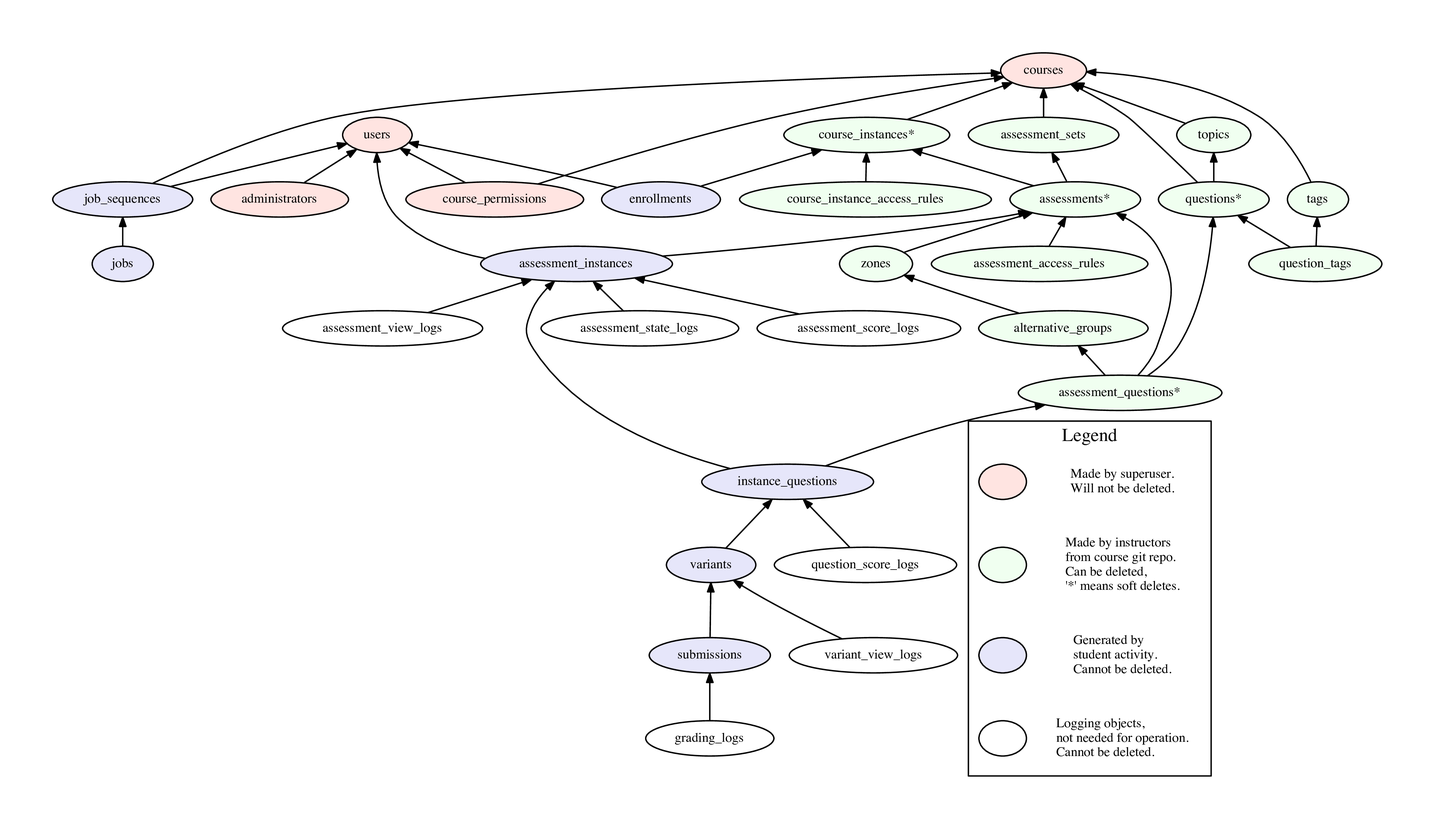
The Graphviz diagram doc/models.png in PrairieLearn/PrairieLearn, before a commit. Its source is kept beside it as doc/models.gv.
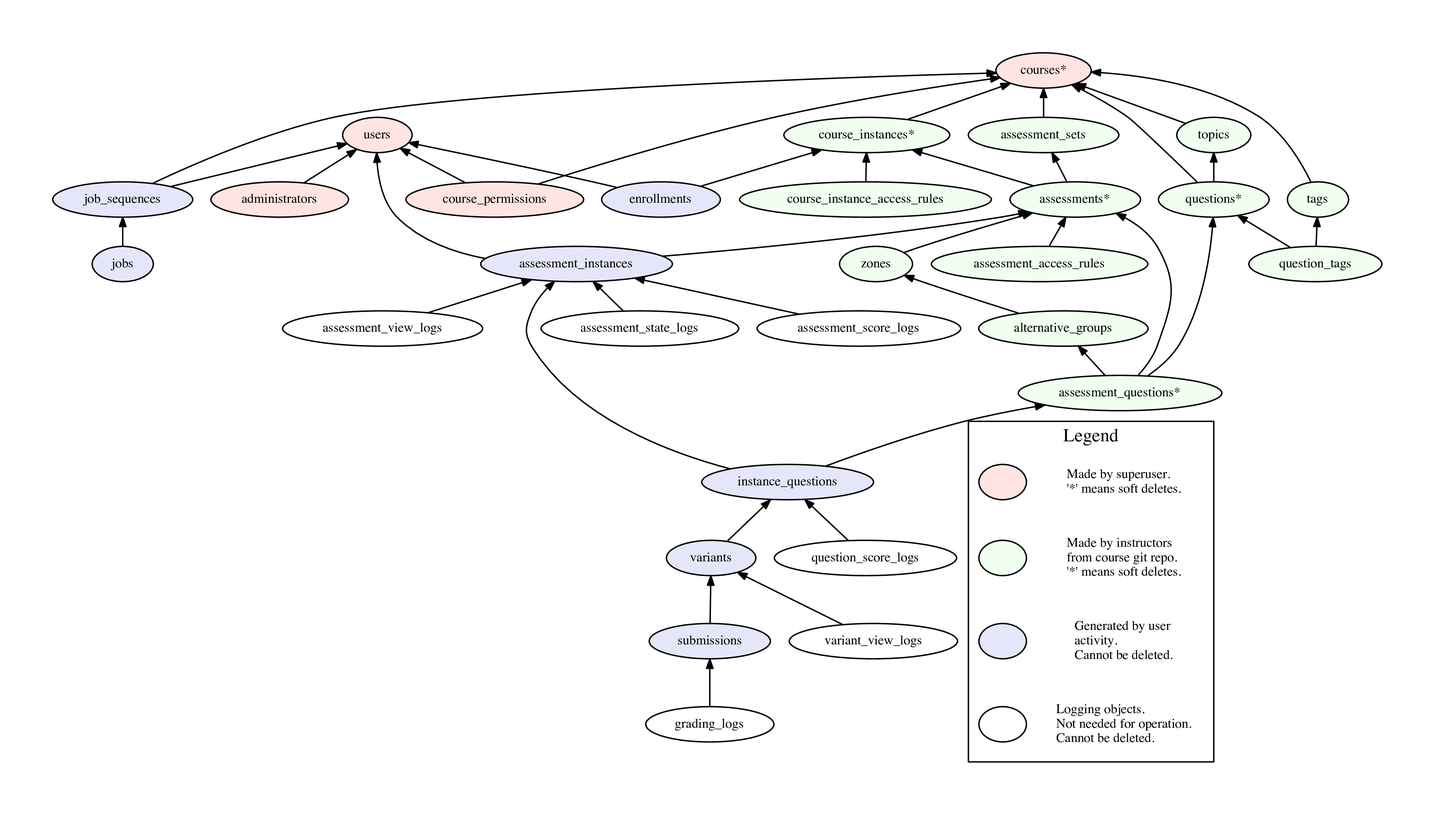
The same diagram one commit later.

Diff of the diagram source:
```diff
@@ -7,7 +7,7 @@
 
     users [style=filled, fillcolor=mistyrose1]
     administrators [style=filled, fillcolor=mistyrose1]
-    courses [style=filled, fillcolor=mistyrose1]
+    courses [label="courses*", style=filled, fillcolor=mistyrose1]
     course_permissions [style=filled, fillcolor=mistyrose1]
 
     course_instances [label="course_instances*", style=filled, fillcolor=honeydew1]
@@ -74,16 +74,16 @@
         labelloc=b;
         label="Legend";
 
-        k4 [shape=plaintext, style=solid, label="Logging objects,\lnot needed for operation.\lCannot be deleted.\l"];
+        k4 [shape=plaintext, style=solid, label="Logging objects.\lNot needed for operation.\lCannot be deleted.\l"];
         kc4[label=" ", style=filled, fillcolor=white];
 
-        k3 [shape=plaintext, style=solid, label="Generated by\lstudent activity.\lCannot be deleted.\l"];
+        k3 [shape=plaintext, style=solid, label="Generated by user\lactivity.\lCannot be deleted.\l"];
         kc3[label=" ", style=filled, fillcolor=lavender];
 
-        k2 [shape=plaintext, style=solid, label="Made by instructors\lfrom course git repo.\lCan be deleted,\l'*' means soft deletes.\l"];
+        k2 [shape=plaintext, style=solid, label="Made by instructors\lfrom course git repo.\l'*' means soft deletes.\l"];
         kc2[label=" ", style=filled, fillcolor=honeydew1];
 
-        k1 [shape=plaintext, style=solid, label="Made by superuser.\lWill not be deleted.\l"];
+        k1 [shape=plaintext, style=solid, label="Made by superuser.\l'*' means soft deletes.\l"];
         kc1[label=" ", style=filled, fillcolor=mistyrose1];
 
         kc4 -> kc3 [style=invis];
```
